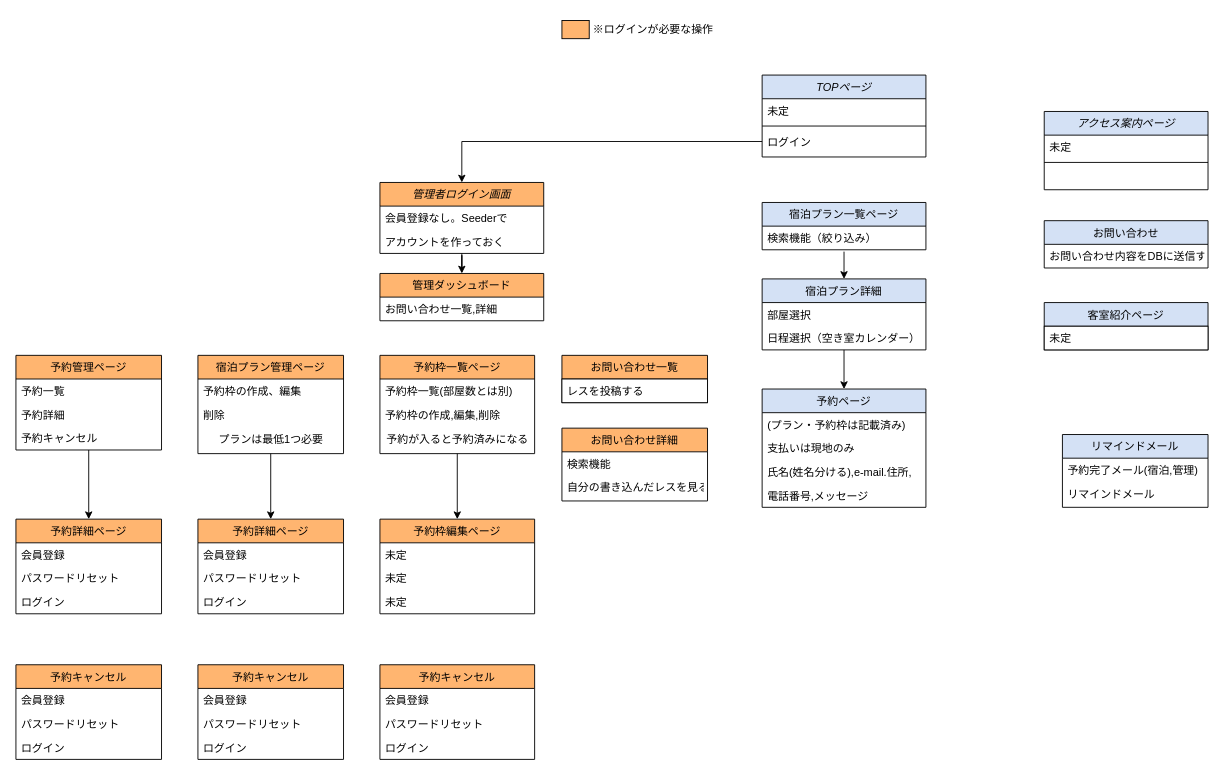
Above: 画面遷移図.drawio in your-school/reserve (draw.io), before the change. Source tidied: cells renumbered, new cells numbered last; positions are measured from the earlier drawing's top-left corner, leaving out a move shared by most shapes. Both pictures are drawn from the tidied source at 91%, with x=0, y=0 at pixel (15, 15).
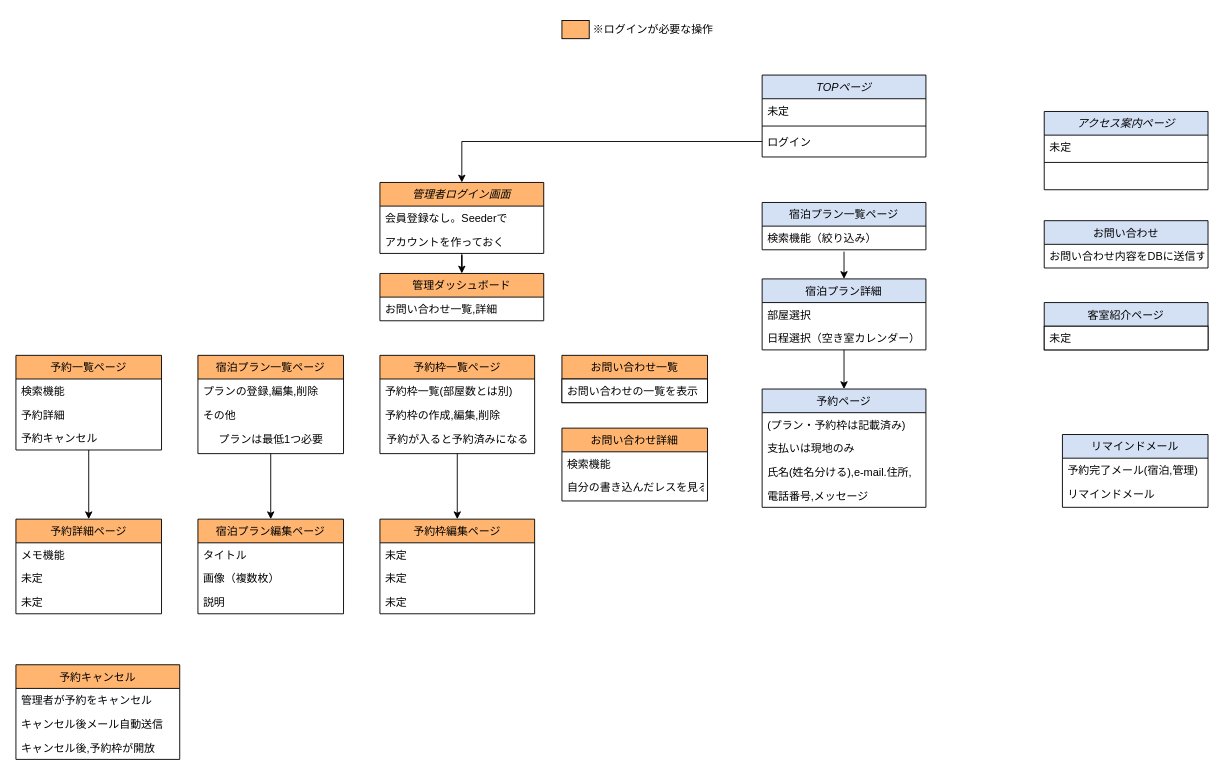
After the change.

Commit message:
画面遷移図.drawio を更新します

The change refers to these unchanged cells:
```xml
<mxCell id="36" value="お問い合わせ一覧" style="swimlane;fontStyle=0;align=center;verticalAlign=top;horizontal=1;startSize=26;rounded=0;shadow=0;strokeWidth=1;fillColor=#FFB570;" parent="1" vertex="1">
  <mxGeometry x="600" y="373" width="160" height="52" as="geometry" />
</mxCell>
<mxCell id="67" value="予約詳細ページ" style="swimlane;fontStyle=0;align=center;verticalAlign=top;horizontal=1;startSize=26;rounded=0;shadow=0;strokeWidth=1;fillColor=#FFB570;" parent="1" vertex="1">
  <mxGeometry y="553" width="160" height="104" as="geometry" />
</mxCell>
```

What changed in the source:
```diff
@@
-    <mxCell id="37" value="レスを投稿する" style="text;align=left;verticalAlign=top;spacingLeft=4;spacingRight=4;overflow=hidden;fillColor=#FFFFFF;strokeColor=#000000;" parent="36" vertex="1">
+    <mxCell id="37" value="お問い合わせの一覧を表示" style="text;align=left;verticalAlign=top;spacingLeft=4;spacingRight=4;overflow=hidden;fillColor=#FFFFFF;strokeColor=#000000;" parent="36" vertex="1">
       <mxGeometry y="26" width="160" height="26" as="geometry" />
     </mxCell>
@@
-    <mxCell id="47" value="予約キャンセル" style="swimlane;fontStyle=0;align=center;verticalAlign=top;horizontal=1;startSize=26;rounded=0;shadow=0;strokeWidth=1;fillColor=#FFB570;" parent="1" vertex="1">
-      <mxGeometry x="400" y="713" width="170" height="104" as="geometry" />
-    </mxCell>
-    <mxCell id="48" value="会員登録" style="text;align=left;verticalAlign=top;spacingLeft=4;spacingRight=4;overflow=hidden;" parent="47" vertex="1">
-      <mxGeometry y="26" width="170" height="26" as="geometry" />
-    </mxCell>
-    <mxCell id="49" value="パスワードリセット" style="text;align=left;verticalAlign=top;spacingLeft=4;spacingRight=4;overflow=hidden;rounded=0;shadow=0;html=0;" parent="47" vertex="1">
-      <mxGeometry y="52" width="170" height="26" as="geometry" />
-    </mxCell>
-    <mxCell id="50" value="ログイン" style="text;align=left;verticalAlign=top;spacingLeft=4;spacingRight=4;overflow=hidden;rounded=0;shadow=0;html=0;" parent="47" vertex="1">
-      <mxGeometry y="78" width="170" height="26" as="geometry" />
-    </mxCell>
@@
-    <mxCell id="54" value="予約詳細ページ" style="swimlane;fontStyle=0;align=center;verticalAlign=top;horizontal=1;startSize=26;rounded=0;shadow=0;strokeWidth=1;fillColor=#FFB570;" parent="1" vertex="1">
+    <mxCell id="54" value="宿泊プラン編集ページ" style="swimlane;fontStyle=0;align=center;verticalAlign=top;horizontal=1;startSize=26;rounded=0;shadow=0;strokeWidth=1;fillColor=#FFB570;" parent="1" vertex="1">
       <mxGeometry x="200" y="553" width="160" height="104" as="geometry" />
     </mxCell>
-    <mxCell id="55" value="会員登録" style="text;align=left;verticalAlign=top;spacingLeft=4;spacingRight=4;overflow=hidden;" parent="54" vertex="1">
+    <mxCell id="55" value="タイトル" style="text;align=left;verticalAlign=top;spacingLeft=4;spacingRight=4;overflow=hidden;" parent="54" vertex="1">
       <mxGeometry y="26" width="160" height="26" as="geometry" />
     </mxCell>
-    <mxCell id="56" value="パスワードリセット" style="text;align=left;verticalAlign=top;spacingLeft=4;spacingRight=4;overflow=hidden;rounded=0;shadow=0;html=0;" parent="54" vertex="1">
+    <mxCell id="56" value="画像（複数枚）" style="text;align=left;verticalAlign=top;spacingLeft=4;spacingRight=4;overflow=hidden;rounded=0;shadow=0;html=0;" parent="54" vertex="1">
       <mxGeometry y="52" width="160" height="26" as="geometry" />
     </mxCell>
-    <mxCell id="57" value="ログイン" style="text;align=left;verticalAlign=top;spacingLeft=4;spacingRight=4;overflow=hidden;rounded=0;shadow=0;html=0;" parent="54" vertex="1">
+    <mxCell id="57" value="説明" style="text;align=left;verticalAlign=top;spacingLeft=4;spacingRight=4;overflow=hidden;rounded=0;shadow=0;html=0;" parent="54" vertex="1">
       <mxGeometry y="78" width="160" height="26" as="geometry" />
     </mxCell>
@@
-    <mxCell id="59" value="宿泊プラン管理ページ" style="swimlane;fontStyle=0;align=center;verticalAlign=top;horizontal=1;startSize=26;rounded=0;shadow=0;strokeWidth=1;fillColor=#FFB570;" parent="1" vertex="1">
+    <mxCell id="59" value="宿泊プラン一覧ページ" style="swimlane;fontStyle=0;align=center;verticalAlign=top;horizontal=1;startSize=26;rounded=0;shadow=0;strokeWidth=1;fillColor=#FFB570;" parent="1" vertex="1">
       <mxGeometry x="200" y="373" width="160" height="108" as="geometry" />
     </mxCell>
-    <mxCell id="60" value="予約枠の作成、編集" style="text;align=left;verticalAlign=top;spacingLeft=4;spacingRight=4;overflow=hidden;" parent="59" vertex="1">
+    <mxCell id="60" value="プランの登録,編集,削除" style="text;align=left;verticalAlign=top;spacingLeft=4;spacingRight=4;overflow=hidden;" parent="59" vertex="1">
       <mxGeometry y="26" width="160" height="26" as="geometry" />
     </mxCell>
-    <mxCell id="61" value="削除" style="text;align=left;verticalAlign=top;spacingLeft=4;spacingRight=4;overflow=hidden;" parent="59" vertex="1">
+    <mxCell id="61" value="その他" style="text;align=left;verticalAlign=top;spacingLeft=4;spacingRight=4;overflow=hidden;" parent="59" vertex="1">
       <mxGeometry y="52" width="160" height="26" as="geometry" />
     </mxCell>
@@
-    <mxCell id="63" value="予約キャンセル" style="swimlane;fontStyle=0;align=center;verticalAlign=top;horizontal=1;startSize=26;rounded=0;shadow=0;strokeWidth=1;fillColor=#FFB570;" parent="1" vertex="1">
-      <mxGeometry x="200" y="713" width="160" height="104" as="geometry" />
-    </mxCell>
-    <mxCell id="64" value="会員登録" style="text;align=left;verticalAlign=top;spacingLeft=4;spacingRight=4;overflow=hidden;" parent="63" vertex="1">
-      <mxGeometry y="26" width="160" height="26" as="geometry" />
-    </mxCell>
-    <mxCell id="65" value="パスワードリセット" style="text;align=left;verticalAlign=top;spacingLeft=4;spacingRight=4;overflow=hidden;rounded=0;shadow=0;html=0;" parent="63" vertex="1">
-      <mxGeometry y="52" width="160" height="26" as="geometry" />
-    </mxCell>
-    <mxCell id="66" value="ログイン" style="text;align=left;verticalAlign=top;spacingLeft=4;spacingRight=4;overflow=hidden;rounded=0;shadow=0;html=0;" parent="63" vertex="1">
-      <mxGeometry y="78" width="160" height="26" as="geometry" />
-    </mxCell>
@@
-    <mxCell id="68" value="会員登録" style="text;align=left;verticalAlign=top;spacingLeft=4;spacingRight=4;overflow=hidden;" parent="67" vertex="1">
+    <mxCell id="68" value="メモ機能" style="text;align=left;verticalAlign=top;spacingLeft=4;spacingRight=4;overflow=hidden;" parent="67" vertex="1">
       <mxGeometry y="26" width="160" height="26" as="geometry" />
     </mxCell>
-    <mxCell id="69" value="パスワードリセット" style="text;align=left;verticalAlign=top;spacingLeft=4;spacingRight=4;overflow=hidden;rounded=0;shadow=0;html=0;" parent="67" vertex="1">
+    <mxCell id="69" value="未定" style="text;align=left;verticalAlign=top;spacingLeft=4;spacingRight=4;overflow=hidden;rounded=0;shadow=0;html=0;" parent="67" vertex="1">
       <mxGeometry y="52" width="160" height="26" as="geometry" />
     </mxCell>
-    <mxCell id="70" value="ログイン" style="text;align=left;verticalAlign=top;spacingLeft=4;spacingRight=4;overflow=hidden;rounded=0;shadow=0;html=0;" parent="67" vertex="1">
+    <mxCell id="70" value="未定" style="text;align=left;verticalAlign=top;spacingLeft=4;spacingRight=4;overflow=hidden;rounded=0;shadow=0;html=0;" parent="67" vertex="1">
       <mxGeometry y="78" width="160" height="26" as="geometry" />
     </mxCell>
@@
-    <mxCell id="72" value="予約管理ページ" style="swimlane;fontStyle=0;align=center;verticalAlign=top;horizontal=1;startSize=26;rounded=0;shadow=0;strokeWidth=1;fillColor=#FFB570;" parent="1" vertex="1">
+    <mxCell id="72" value="予約一覧ページ" style="swimlane;fontStyle=0;align=center;verticalAlign=top;horizontal=1;startSize=26;rounded=0;shadow=0;strokeWidth=1;fillColor=#FFB570;" parent="1" vertex="1">
       <mxGeometry y="373" width="160" height="104" as="geometry" />
     </mxCell>
-    <mxCell id="73" value="予約一覧" style="text;align=left;verticalAlign=top;spacingLeft=4;spacingRight=4;overflow=hidden;" parent="72" vertex="1">
+    <mxCell id="73" value="検索機能" style="text;align=left;verticalAlign=top;spacingLeft=4;spacingRight=4;overflow=hidden;" parent="72" vertex="1">
       <mxGeometry y="26" width="160" height="26" as="geometry" />
     </mxCell>
@@
     <mxCell id="76" value="予約キャンセル" style="swimlane;fontStyle=0;align=center;verticalAlign=top;horizontal=1;startSize=26;rounded=0;shadow=0;strokeWidth=1;fillColor=#FFB570;" parent="1" vertex="1">
-      <mxGeometry y="713" width="160" height="104" as="geometry" />
+      <mxGeometry y="713" width="180" height="104" as="geometry" />
     </mxCell>
-    <mxCell id="77" value="会員登録" style="text;align=left;verticalAlign=top;spacingLeft=4;spacingRight=4;overflow=hidden;" parent="76" vertex="1">
-      <mxGeometry y="26" width="160" height="26" as="geometry" />
+    <mxCell id="77" value="管理者が予約をキャンセル" style="text;align=left;verticalAlign=top;spacingLeft=4;spacingRight=4;overflow=hidden;" parent="76" vertex="1">
+      <mxGeometry y="26" width="180" height="26" as="geometry" />
     </mxCell>
-    <mxCell id="78" value="パスワードリセット" style="text;align=left;verticalAlign=top;spacingLeft=4;spacingRight=4;overflow=hidden;rounded=0;shadow=0;html=0;" parent="76" vertex="1">
-      <mxGeometry y="52" width="160" height="26" as="geometry" />
+    <mxCell id="78" value="キャンセル後メール自動送信" style="text;align=left;verticalAlign=top;spacingLeft=4;spacingRight=4;overflow=hidden;rounded=0;shadow=0;html=0;" parent="76" vertex="1">
+      <mxGeometry y="52" width="180" height="26" as="geometry" />
     </mxCell>
-    <mxCell id="79" value="ログイン" style="text;align=left;verticalAlign=top;spacingLeft=4;spacingRight=4;overflow=hidden;rounded=0;shadow=0;html=0;" parent="76" vertex="1">
-      <mxGeometry y="78" width="160" height="26" as="geometry" />
+    <mxCell id="79" value="キャンセル後,予約枠が開放" style="text;align=left;verticalAlign=top;spacingLeft=4;spacingRight=4;overflow=hidden;rounded=0;shadow=0;html=0;" parent="76" vertex="1">
+      <mxGeometry y="78" width="180" height="26" as="geometry" />
     </mxCell>
```
